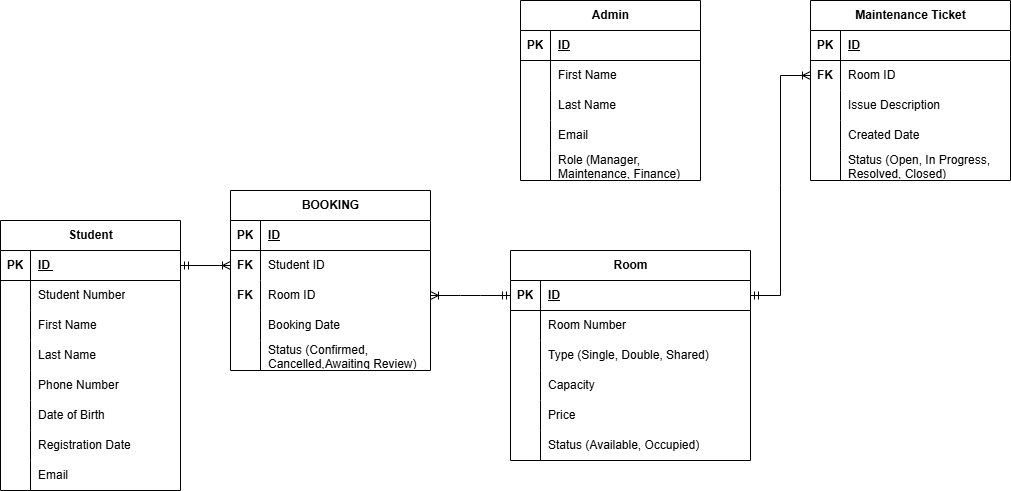
beezhub/student-accommodation-system keeps this draw.io diagram as docs/Student_Accommodation_ERD.drawio.png. Above is the earlier version. Source tidied: cells renumbered, new cells last; positions are measured from the earlier drawing's top-left corner, leaving out a move shared by most shapes.
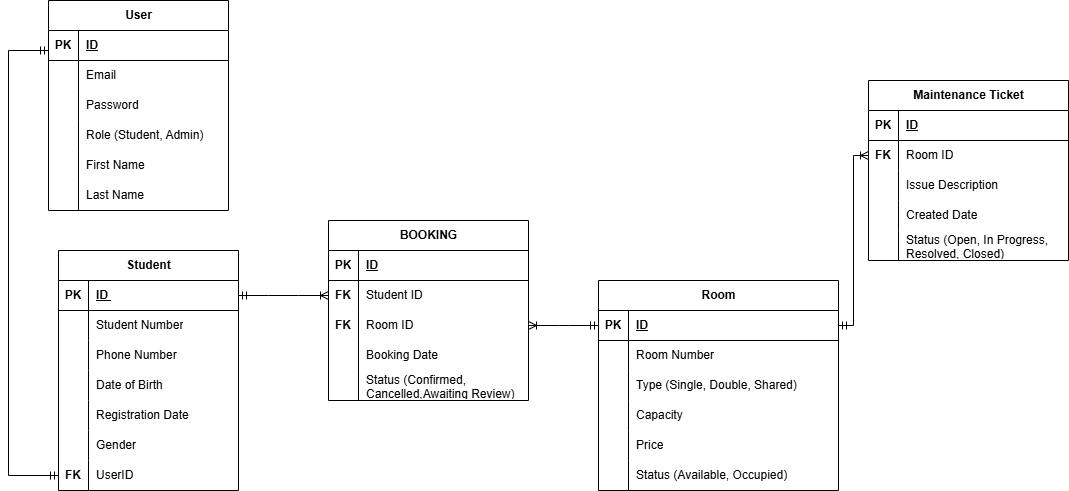
After the change.

The edit, as a diff of the source:
```diff
@@ -4,79 +4,4 @@
     <mxCell id="1" parent="0" />
-    <mxCell id="2" value="Student" style="shape=table;startSize=30;rowLines=0;fontStyle=1;align=center;html=1;" parent="1" vertex="1">
-      <mxGeometry y="220" width="180" height="270" as="geometry" />
-    </mxCell>
-    <mxCell id="3" style="shape=tableRow;horizontal=0;startSize=0;swimlaneHead=0;swimlaneBody=0;fillColor=none;points=[[0,0.5],[1,0.5]];portConstraint=eastwest;top=0;left=0;right=0;bottom=1;" parent="2" vertex="1">
-      <mxGeometry y="30" width="180" height="30" as="geometry" />
-    </mxCell>
-    <mxCell id="4" value="PK" style="shape=partialRectangle;fillColor=none;top=0;left=0;bottom=0;right=0;fontStyle=1;overflow=hidden;whiteSpace=wrap;html=1;" parent="3" vertex="1">
-      <mxGeometry width="30" height="30" as="geometry" />
-    </mxCell>
-    <mxCell id="5" value="ID&amp;nbsp;" style="shape=partialRectangle;fillColor=none;top=0;left=0;bottom=0;right=0;align=left;spacingLeft=6;fontStyle=5;overflow=hidden;whiteSpace=wrap;html=1;" parent="3" vertex="1">
-      <mxGeometry x="30" width="150" height="30" as="geometry" />
-    </mxCell>
-    <mxCell id="6" style="shape=tableRow;horizontal=0;startSize=0;swimlaneHead=0;swimlaneBody=0;fillColor=none;top=0;left=0;right=0;bottom=0;" parent="2" vertex="1">
-      <mxGeometry y="60" width="180" height="30" as="geometry" />
-    </mxCell>
-    <mxCell id="7" style="shape=partialRectangle;fillColor=none;top=0;left=0;bottom=0;right=0;overflow=hidden;whiteSpace=wrap;html=1;" parent="6" vertex="1">
-      <mxGeometry width="30" height="30" as="geometry" />
-    </mxCell>
-    <mxCell id="8" value="Student Number" style="shape=partialRectangle;fillColor=none;top=0;left=0;bottom=0;right=0;align=left;spacingLeft=6;overflow=hidden;whiteSpace=wrap;html=1;" parent="6" vertex="1">
-      <mxGeometry x="30" width="150" height="30" as="geometry" />
-    </mxCell>
-    <mxCell id="9" style="shape=tableRow;horizontal=0;startSize=0;swimlaneHead=0;swimlaneBody=0;fillColor=none;top=0;left=0;right=0;bottom=0;" parent="2" vertex="1">
-      <mxGeometry y="90" width="180" height="30" as="geometry" />
-    </mxCell>
-    <mxCell id="10" style="shape=partialRectangle;fillColor=none;top=0;left=0;bottom=0;right=0;overflow=hidden;whiteSpace=wrap;html=1;" parent="9" vertex="1">
-      <mxGeometry width="30" height="30" as="geometry" />
-    </mxCell>
-    <mxCell id="11" value="First Name" style="shape=partialRectangle;fillColor=none;top=0;left=0;bottom=0;right=0;align=left;spacingLeft=6;overflow=hidden;whiteSpace=wrap;html=1;" parent="9" vertex="1">
-      <mxGeometry x="30" width="150" height="30" as="geometry" />
-    </mxCell>
-    <mxCell id="12" style="shape=tableRow;horizontal=0;startSize=0;swimlaneHead=0;swimlaneBody=0;fillColor=none;top=0;left=0;right=0;bottom=0;" parent="2" vertex="1">
-      <mxGeometry y="120" width="180" height="30" as="geometry" />
-    </mxCell>
-    <mxCell id="13" style="shape=partialRectangle;fillColor=none;top=0;left=0;bottom=0;right=0;overflow=hidden;whiteSpace=wrap;html=1;" parent="12" vertex="1">
-      <mxGeometry width="30" height="30" as="geometry" />
-    </mxCell>
-    <mxCell id="14" value="Last Name" style="shape=partialRectangle;fillColor=none;top=0;left=0;bottom=0;right=0;align=left;spacingLeft=6;overflow=hidden;whiteSpace=wrap;html=1;" parent="12" vertex="1">
-      <mxGeometry x="30" width="150" height="30" as="geometry" />
-    </mxCell>
-    <mxCell id="15" style="shape=tableRow;horizontal=0;startSize=0;swimlaneHead=0;swimlaneBody=0;fillColor=none;top=0;left=0;right=0;bottom=0;" parent="2" vertex="1">
-      <mxGeometry y="150" width="180" height="30" as="geometry" />
-    </mxCell>
-    <mxCell id="16" style="shape=partialRectangle;fillColor=none;top=0;left=0;bottom=0;right=0;overflow=hidden;whiteSpace=wrap;html=1;" parent="15" vertex="1">
-      <mxGeometry width="30" height="30" as="geometry" />
-    </mxCell>
-    <mxCell id="17" value="Phone Number" style="shape=partialRectangle;fillColor=none;top=0;left=0;bottom=0;right=0;align=left;spacingLeft=6;overflow=hidden;whiteSpace=wrap;html=1;" parent="15" vertex="1">
-      <mxGeometry x="30" width="150" height="30" as="geometry" />
-    </mxCell>
-    <mxCell id="18" style="shape=tableRow;horizontal=0;startSize=0;swimlaneHead=0;swimlaneBody=0;fillColor=none;top=0;left=0;right=0;bottom=0;" parent="2" vertex="1">
-      <mxGeometry y="180" width="180" height="30" as="geometry" />
-    </mxCell>
-    <mxCell id="19" style="shape=partialRectangle;fillColor=none;top=0;left=0;bottom=0;right=0;overflow=hidden;whiteSpace=wrap;html=1;" parent="18" vertex="1">
-      <mxGeometry width="30" height="30" as="geometry" />
-    </mxCell>
-    <mxCell id="20" value="Date of Birth" style="shape=partialRectangle;fillColor=none;top=0;left=0;bottom=0;right=0;align=left;spacingLeft=6;overflow=hidden;whiteSpace=wrap;html=1;" parent="18" vertex="1">
-      <mxGeometry x="30" width="150" height="30" as="geometry" />
-    </mxCell>
-    <mxCell id="21" style="shape=tableRow;horizontal=0;startSize=0;swimlaneHead=0;swimlaneBody=0;fillColor=none;top=0;left=0;right=0;bottom=0;" parent="2" vertex="1">
-      <mxGeometry y="210" width="180" height="30" as="geometry" />
-    </mxCell>
-    <mxCell id="22" style="shape=partialRectangle;fillColor=none;top=0;left=0;bottom=0;right=0;overflow=hidden;whiteSpace=wrap;html=1;" parent="21" vertex="1">
-      <mxGeometry width="30" height="30" as="geometry" />
-    </mxCell>
-    <mxCell id="23" value="Registration Date" style="shape=partialRectangle;fillColor=none;top=0;left=0;bottom=0;right=0;align=left;spacingLeft=6;overflow=hidden;whiteSpace=wrap;html=1;" parent="21" vertex="1">
-      <mxGeometry x="30" width="150" height="30" as="geometry" />
-    </mxCell>
-    <mxCell id="24" style="shape=tableRow;horizontal=0;startSize=0;swimlaneHead=0;swimlaneBody=0;fillColor=none;top=0;left=0;right=0;bottom=0;" parent="2" vertex="1">
-      <mxGeometry y="240" width="180" height="30" as="geometry" />
-    </mxCell>
-    <mxCell id="25" style="shape=partialRectangle;fillColor=none;top=0;left=0;bottom=0;right=0;overflow=hidden;whiteSpace=wrap;html=1;" parent="24" vertex="1">
-      <mxGeometry width="30" height="30" as="geometry" />
-    </mxCell>
-    <mxCell id="26" value="Email" style="shape=partialRectangle;fillColor=none;top=0;left=0;bottom=0;right=0;align=left;spacingLeft=6;overflow=hidden;whiteSpace=wrap;html=1;" parent="24" vertex="1">
-      <mxGeometry x="30" width="150" height="30" as="geometry" />
-    </mxCell>
     <mxCell id="27" value="Room" style="shape=table;startSize=30;rowLines=0;fontStyle=1;align=center;html=1;" parent="1" vertex="1">
-      <mxGeometry x="510" y="250" width="240" height="210" as="geometry" />
+      <mxGeometry x="590" y="230" width="240" height="210" as="geometry" />
     </mxCell>
@@ -137,3 +62,3 @@
     <mxCell id="46" value="BOOKING" style="shape=table;startSize=30;rowLines=0;fontStyle=1;align=center;html=1;" parent="1" vertex="1">
-      <mxGeometry x="230" y="190" width="200" height="180" as="geometry" />
+      <mxGeometry x="320" y="170" width="200" height="180" as="geometry" />
     </mxCell>
@@ -185,3 +110,3 @@
     <mxCell id="62" value="Maintenance Ticket" style="shape=table;startSize=30;rowLines=0;fontStyle=1;align=center;html=1;" parent="1" vertex="1">
-      <mxGeometry x="810" width="200" height="180" as="geometry" />
+      <mxGeometry x="860" y="30" width="200" height="180" as="geometry" />
     </mxCell>
@@ -232,6 +157,21 @@
     </mxCell>
-    <mxCell id="78" value="Admin" style="shape=table;startSize=30;rowLines=0;fontStyle=1;align=center;html=1;" parent="1" vertex="1">
-      <mxGeometry x="520" width="180" height="180" as="geometry" />
-    </mxCell>
+    <mxCell id="94" style="edgeStyle=entityRelationEdgeStyle;fontSize=12;html=1;endArrow=ERoneToMany;startArrow=ERmandOne;rounded=0;entryX=0;entryY=0.5;entryDx=0;entryDy=0;exitX=1;exitY=0.5;exitDx=0;exitDy=0;" parent="1" edge="1" source="3" target="50">
+      <mxGeometry relative="1" as="geometry" />
+    </mxCell>
+    <mxCell id="95" style="edgeStyle=entityRelationEdgeStyle;fontSize=12;html=1;endArrow=ERoneToMany;startArrow=ERmandOne;rounded=0;exitX=0;exitY=0.5;exitDx=0;exitDy=0;" parent="1" edge="1" source="28" target="53">
+      <mxGeometry relative="1" as="geometry">
+        <Array as="points">
+          <mxPoint x="600" y="290" />
+          <mxPoint x="520" y="310" />
+          <mxPoint x="520" y="300" />
+        </Array>
+      </mxGeometry>
+    </mxCell>
+    <mxCell id="96" style="edgeStyle=elbowEdgeStyle;fontSize=12;html=1;endArrow=ERoneToMany;startArrow=ERmandOne;rounded=0;exitX=1;exitY=0.5;exitDx=0;exitDy=0;entryX=0;entryY=0.5;entryDx=0;entryDy=0;" parent="1" edge="1" source="28" target="66">
+      <mxGeometry relative="1" as="geometry" />
+    </mxCell>
+    <mxCell id="97" value="User" style="shape=table;startSize=30;rowLines=0;fontStyle=1;align=center;html=1;" parent="1" vertex="1">
+      <mxGeometry x="40" y="-50" width="180" height="210" as="geometry" />
+    </mxCell>
-    <mxCell id="79" style="shape=tableRow;horizontal=0;startSize=0;swimlaneHead=0;swimlaneBody=0;fillColor=none;top=0;left=0;right=0;bottom=1;" parent="78" vertex="1">
+    <mxCell id="79" style="shape=tableRow;horizontal=0;startSize=0;swimlaneHead=0;swimlaneBody=0;fillColor=none;top=0;left=0;right=0;bottom=1;" parent="97" vertex="1">
       <mxGeometry y="30" width="180" height="30" as="geometry" />
@@ -244,58 +184,121 @@
     </mxCell>
-    <mxCell id="82" style="shape=tableRow;horizontal=0;startSize=0;swimlaneHead=0;swimlaneBody=0;fillColor=none;top=0;left=0;right=0;bottom=0;" parent="78" vertex="1">
+    <mxCell id="82" style="shape=tableRow;horizontal=0;startSize=0;swimlaneHead=0;swimlaneBody=0;fillColor=none;top=0;left=0;right=0;bottom=0;" parent="97" vertex="1">
       <mxGeometry y="60" width="180" height="30" as="geometry" />
     </mxCell>
-    <mxCell id="83" style="shape=partialRectangle;fillColor=none;top=0;left=0;bottom=0;right=0;overflow=hidden;whiteSpace=wrap;html=1;" parent="82" vertex="1">
-      <mxGeometry width="30" height="30" as="geometry" />
-    </mxCell>
-    <mxCell id="84" value="First Name" style="shape=partialRectangle;fillColor=none;top=0;left=0;bottom=0;right=0;align=left;spacingLeft=6;overflow=hidden;whiteSpace=wrap;html=1;" parent="82" vertex="1">
-      <mxGeometry x="30" width="150" height="30" as="geometry" />
-    </mxCell>
-    <mxCell id="85" style="shape=tableRow;horizontal=0;startSize=0;swimlaneHead=0;swimlaneBody=0;fillColor=none;top=0;left=0;right=0;bottom=0;" parent="78" vertex="1">
-      <mxGeometry y="90" width="180" height="30" as="geometry" />
-    </mxCell>
-    <mxCell id="86" style="shape=partialRectangle;fillColor=none;top=0;left=0;bottom=0;right=0;overflow=hidden;whiteSpace=wrap;html=1;" parent="85" vertex="1">
-      <mxGeometry width="30" height="30" as="geometry" />
-    </mxCell>
-    <mxCell id="87" value="Last Name" style="shape=partialRectangle;fillColor=none;top=0;left=0;bottom=0;right=0;align=left;spacingLeft=6;overflow=hidden;whiteSpace=wrap;html=1;" parent="85" vertex="1">
-      <mxGeometry x="30" width="150" height="30" as="geometry" />
-    </mxCell>
-    <mxCell id="88" style="shape=tableRow;horizontal=0;startSize=0;swimlaneHead=0;swimlaneBody=0;fillColor=none;top=0;left=0;right=0;bottom=0;" parent="78" vertex="1">
-      <mxGeometry y="120" width="180" height="30" as="geometry" />
-    </mxCell>
-    <mxCell id="89" style="shape=partialRectangle;fillColor=none;top=0;left=0;bottom=0;right=0;overflow=hidden;whiteSpace=wrap;html=1;" parent="88" vertex="1">
-      <mxGeometry width="30" height="30" as="geometry" />
-    </mxCell>
-    <mxCell id="90" value="Email" style="shape=partialRectangle;fillColor=none;top=0;left=0;bottom=0;right=0;align=left;spacingLeft=6;overflow=hidden;whiteSpace=wrap;html=1;" parent="88" vertex="1">
-      <mxGeometry x="30" width="150" height="30" as="geometry" />
-    </mxCell>
+    <mxCell id="98" style="shape=partialRectangle;fillColor=none;top=0;left=0;bottom=0;right=0;overflow=hidden;whiteSpace=wrap;html=1;" parent="82" vertex="1">
+      <mxGeometry width="30" height="30" as="geometry" />
+    </mxCell>
+    <mxCell id="99" value="Email" style="shape=partialRectangle;fillColor=none;top=0;left=0;bottom=0;right=0;align=left;spacingLeft=6;overflow=hidden;whiteSpace=wrap;html=1;" parent="82" vertex="1">
+      <mxGeometry x="30" width="150" height="30" as="geometry" />
+    </mxCell>
+    <mxCell id="100" style="shape=tableRow;horizontal=0;startSize=0;swimlaneHead=0;swimlaneBody=0;fillColor=none;top=0;left=0;right=0;bottom=0;" parent="97" vertex="1">
+      <mxGeometry y="90" width="180" height="30" as="geometry" />
+    </mxCell>
+    <mxCell id="101" style="shape=partialRectangle;fillColor=none;top=0;left=0;bottom=0;right=0;overflow=hidden;whiteSpace=wrap;html=1;" parent="100" vertex="1">
+      <mxGeometry width="30" height="30" as="geometry" />
+    </mxCell>
+    <mxCell id="102" value="Password" style="shape=partialRectangle;fillColor=none;top=0;left=0;bottom=0;right=0;align=left;spacingLeft=6;overflow=hidden;whiteSpace=wrap;html=1;" parent="100" vertex="1">
+      <mxGeometry x="30" width="150" height="30" as="geometry" />
+    </mxCell>
+    <mxCell id="103" style="shape=tableRow;horizontal=0;startSize=0;swimlaneHead=0;swimlaneBody=0;fillColor=none;top=0;left=0;right=0;bottom=0;" parent="97" vertex="1">
+      <mxGeometry y="120" width="180" height="30" as="geometry" />
+    </mxCell>
+    <mxCell id="104" style="shape=partialRectangle;fillColor=none;top=0;left=0;bottom=0;right=0;overflow=hidden;whiteSpace=wrap;html=1;" parent="103" vertex="1">
+      <mxGeometry width="30" height="30" as="geometry" />
+    </mxCell>
+    <mxCell id="105" value="Role (Student, Admin)" style="shape=partialRectangle;fillColor=none;top=0;left=0;bottom=0;right=0;align=left;spacingLeft=6;overflow=hidden;whiteSpace=wrap;html=1;" parent="103" vertex="1">
+      <mxGeometry x="30" width="150" height="30" as="geometry" />
+    </mxCell>
-    <mxCell id="91" style="shape=tableRow;horizontal=0;startSize=0;swimlaneHead=0;swimlaneBody=0;fillColor=none;top=0;left=0;right=0;bottom=0;" parent="78" vertex="1">
+    <mxCell id="91" style="shape=tableRow;horizontal=0;startSize=0;swimlaneHead=0;swimlaneBody=0;fillColor=none;top=0;left=0;right=0;bottom=0;" parent="97" vertex="1">
       <mxGeometry y="150" width="180" height="30" as="geometry" />
     </mxCell>
-    <mxCell id="92" style="shape=partialRectangle;fillColor=none;top=0;left=0;bottom=0;right=0;overflow=hidden;whiteSpace=wrap;html=1;" parent="91" vertex="1">
-      <mxGeometry width="30" height="30" as="geometry" />
-    </mxCell>
-    <mxCell id="93" value="Role (Manager, Maintenance, Finance) " style="shape=partialRectangle;fillColor=none;top=0;left=0;bottom=0;right=0;align=left;spacingLeft=6;overflow=hidden;whiteSpace=wrap;html=1;" parent="91" vertex="1">
-      <mxGeometry x="30" width="150" height="30" as="geometry" />
-    </mxCell>
-    <mxCell id="94" style="edgeStyle=entityRelationEdgeStyle;fontSize=12;html=1;endArrow=ERoneToMany;startArrow=ERmandOne;rounded=0;entryX=0;entryY=0.5;entryDx=0;entryDy=0;exitX=1;exitY=0.5;exitDx=0;exitDy=0;" parent="1" edge="1" source="3" target="50">
-      <mxGeometry relative="1" as="geometry" />
-    </mxCell>
-    <mxCell id="95" style="edgeStyle=entityRelationEdgeStyle;fontSize=12;html=1;endArrow=ERoneToMany;startArrow=ERmandOne;rounded=0;exitX=0;exitY=0.5;exitDx=0;exitDy=0;" parent="1" edge="1" source="28" target="53">
-      <mxGeometry relative="1" as="geometry">
-        <Array as="points">
-          <mxPoint x="600" y="290" />
-          <mxPoint x="520" y="310" />
-          <mxPoint x="520" y="300" />
-        </Array>
-      </mxGeometry>
-    </mxCell>
-    <mxCell id="96" style="edgeStyle=entityRelationEdgeStyle;fontSize=12;html=1;endArrow=ERoneToMany;startArrow=ERmandOne;rounded=0;exitX=1;exitY=0.5;exitDx=0;exitDy=0;entryX=0;entryY=0.5;entryDx=0;entryDy=0;" parent="1" edge="1" source="28" target="66">
-      <mxGeometry relative="1" as="geometry">
-        <Array as="points">
-          <mxPoint x="620" y="190" />
-          <mxPoint x="520" y="230" />
-        </Array>
-      </mxGeometry>
-    </mxCell>
+    <mxCell id="106" style="shape=partialRectangle;fillColor=none;top=0;left=0;bottom=0;right=0;overflow=hidden;whiteSpace=wrap;html=1;" parent="91" vertex="1">
+      <mxGeometry width="30" height="30" as="geometry" />
+    </mxCell>
+    <mxCell id="107" value="First Name" style="shape=partialRectangle;fillColor=none;top=0;left=0;bottom=0;right=0;align=left;spacingLeft=6;overflow=hidden;whiteSpace=wrap;html=1;" parent="91" vertex="1">
+      <mxGeometry x="30" width="150" height="30" as="geometry" />
+    </mxCell>
+    <mxCell id="108" style="shape=tableRow;horizontal=0;startSize=0;swimlaneHead=0;swimlaneBody=0;fillColor=none;top=0;left=0;right=0;bottom=0;" parent="97" vertex="1">
+      <mxGeometry y="180" width="180" height="30" as="geometry" />
+    </mxCell>
+    <mxCell id="109" style="shape=partialRectangle;fillColor=none;top=0;left=0;bottom=0;right=0;overflow=hidden;whiteSpace=wrap;html=1;" parent="108" vertex="1">
+      <mxGeometry width="30" height="30" as="geometry" />
+    </mxCell>
+    <mxCell id="110" value="Last Name" style="shape=partialRectangle;fillColor=none;top=0;left=0;bottom=0;right=0;align=left;spacingLeft=6;overflow=hidden;whiteSpace=wrap;html=1;" parent="108" vertex="1">
+      <mxGeometry x="30" width="150" height="30" as="geometry" />
+    </mxCell>
+    <mxCell id="2" value="Student" style="shape=table;startSize=30;rowLines=0;fontStyle=1;align=center;html=1;" parent="1" vertex="1">
+      <mxGeometry x="50" y="200" width="180" height="240" as="geometry" />
+    </mxCell>
+    <mxCell id="3" style="shape=tableRow;horizontal=0;startSize=0;swimlaneHead=0;swimlaneBody=0;fillColor=none;points=[[0,0.5],[1,0.5]];portConstraint=eastwest;top=0;left=0;right=0;bottom=1;" parent="2" vertex="1">
+      <mxGeometry y="30" width="180" height="30" as="geometry" />
+    </mxCell>
+    <mxCell id="4" value="PK" style="shape=partialRectangle;fillColor=none;top=0;left=0;bottom=0;right=0;fontStyle=1;overflow=hidden;whiteSpace=wrap;html=1;" parent="3" vertex="1">
+      <mxGeometry width="30" height="30" as="geometry" />
+    </mxCell>
+    <mxCell id="5" value="ID&amp;nbsp;" style="shape=partialRectangle;fillColor=none;top=0;left=0;bottom=0;right=0;align=left;spacingLeft=6;fontStyle=5;overflow=hidden;whiteSpace=wrap;html=1;" parent="3" vertex="1">
+      <mxGeometry x="30" width="150" height="30" as="geometry" />
+    </mxCell>
+    <mxCell id="6" style="shape=tableRow;horizontal=0;startSize=0;swimlaneHead=0;swimlaneBody=0;fillColor=none;top=0;left=0;right=0;bottom=0;" parent="2" vertex="1">
+      <mxGeometry y="60" width="180" height="30" as="geometry" />
+    </mxCell>
+    <mxCell id="7" style="shape=partialRectangle;fillColor=none;top=0;left=0;bottom=0;right=0;overflow=hidden;whiteSpace=wrap;html=1;" parent="6" vertex="1">
+      <mxGeometry width="30" height="30" as="geometry" />
+    </mxCell>
+    <mxCell id="8" value="Student Number" style="shape=partialRectangle;fillColor=none;top=0;left=0;bottom=0;right=0;align=left;spacingLeft=6;overflow=hidden;whiteSpace=wrap;html=1;" parent="6" vertex="1">
+      <mxGeometry x="30" width="150" height="30" as="geometry" />
+    </mxCell>
+    <mxCell id="15" style="shape=tableRow;horizontal=0;startSize=0;swimlaneHead=0;swimlaneBody=0;fillColor=none;top=0;left=0;right=0;bottom=0;" parent="2" vertex="1">
+      <mxGeometry y="90" width="180" height="30" as="geometry" />
+    </mxCell>
+    <mxCell id="16" style="shape=partialRectangle;fillColor=none;top=0;left=0;bottom=0;right=0;overflow=hidden;whiteSpace=wrap;html=1;" parent="15" vertex="1">
+      <mxGeometry width="30" height="30" as="geometry" />
+    </mxCell>
+    <mxCell id="17" value="Phone Number" style="shape=partialRectangle;fillColor=none;top=0;left=0;bottom=0;right=0;align=left;spacingLeft=6;overflow=hidden;whiteSpace=wrap;html=1;" parent="15" vertex="1">
+      <mxGeometry x="30" width="150" height="30" as="geometry" />
+    </mxCell>
+    <mxCell id="18" style="shape=tableRow;horizontal=0;startSize=0;swimlaneHead=0;swimlaneBody=0;fillColor=none;top=0;left=0;right=0;bottom=0;" parent="2" vertex="1">
+      <mxGeometry y="120" width="180" height="30" as="geometry" />
+    </mxCell>
+    <mxCell id="19" style="shape=partialRectangle;fillColor=none;top=0;left=0;bottom=0;right=0;overflow=hidden;whiteSpace=wrap;html=1;" parent="18" vertex="1">
+      <mxGeometry width="30" height="30" as="geometry" />
+    </mxCell>
+    <mxCell id="20" value="Date of Birth" style="shape=partialRectangle;fillColor=none;top=0;left=0;bottom=0;right=0;align=left;spacingLeft=6;overflow=hidden;whiteSpace=wrap;html=1;" parent="18" vertex="1">
+      <mxGeometry x="30" width="150" height="30" as="geometry" />
+    </mxCell>
+    <mxCell id="21" style="shape=tableRow;horizontal=0;startSize=0;swimlaneHead=0;swimlaneBody=0;fillColor=none;top=0;left=0;right=0;bottom=0;" parent="2" vertex="1">
+      <mxGeometry y="150" width="180" height="30" as="geometry" />
+    </mxCell>
+    <mxCell id="22" style="shape=partialRectangle;fillColor=none;top=0;left=0;bottom=0;right=0;overflow=hidden;whiteSpace=wrap;html=1;" parent="21" vertex="1">
+      <mxGeometry width="30" height="30" as="geometry" />
+    </mxCell>
+    <mxCell id="23" value="Registration Date" style="shape=partialRectangle;fillColor=none;top=0;left=0;bottom=0;right=0;align=left;spacingLeft=6;overflow=hidden;whiteSpace=wrap;html=1;" parent="21" vertex="1">
+      <mxGeometry x="30" width="150" height="30" as="geometry" />
+    </mxCell>
+    <mxCell id="111" style="shape=tableRow;horizontal=0;startSize=0;swimlaneHead=0;swimlaneBody=0;fillColor=none;top=0;left=0;right=0;bottom=0;" parent="2" vertex="1">
+      <mxGeometry y="180" width="180" height="30" as="geometry" />
+    </mxCell>
+    <mxCell id="112" style="shape=partialRectangle;fillColor=none;top=0;left=0;bottom=0;right=0;overflow=hidden;whiteSpace=wrap;html=1;" parent="111" vertex="1">
+      <mxGeometry width="30" height="30" as="geometry" />
+    </mxCell>
+    <mxCell id="113" value="Gender" style="shape=partialRectangle;fillColor=none;top=0;left=0;bottom=0;right=0;align=left;spacingLeft=6;overflow=hidden;whiteSpace=wrap;html=1;" parent="111" vertex="1">
+      <mxGeometry x="30" width="150" height="30" as="geometry" />
+    </mxCell>
+    <mxCell id="114" style="shape=tableRow;horizontal=0;startSize=0;swimlaneHead=0;swimlaneBody=0;fillColor=none;points=[[0,0.5],[1,0.5]];portConstraint=eastwest;top=0;left=0;right=0;bottom=0;" parent="2" vertex="1">
+      <mxGeometry y="210" width="180" height="30" as="geometry" />
+    </mxCell>
+    <mxCell id="115" value="&lt;b&gt;FK&lt;/b&gt;" style="shape=partialRectangle;fillColor=none;top=0;left=0;bottom=0;right=0;overflow=hidden;whiteSpace=wrap;html=1;" parent="114" vertex="1">
+      <mxGeometry width="30" height="30" as="geometry" />
+    </mxCell>
+    <mxCell id="116" value="UserID" style="shape=partialRectangle;fillColor=none;top=0;left=0;bottom=0;right=0;align=left;spacingLeft=6;overflow=hidden;whiteSpace=wrap;html=1;" parent="114" vertex="1">
+      <mxGeometry x="30" width="150" height="30" as="geometry" />
+    </mxCell>
+    <mxCell id="117" style="edgeStyle=elbowEdgeStyle;fontSize=12;html=1;endArrow=ERmandOne;startArrow=ERmandOne;rounded=0;exitX=0;exitY=0.5;exitDx=0;exitDy=0;" parent="1" edge="1" source="114">
+      <mxGeometry relative="1" as="geometry">
+        <mxPoint x="40" as="targetPoint" />
+        <Array as="points">
+          <mxPoint y="210" />
+        </Array>
+      </mxGeometry>
+    </mxCell>
   </root>
```
